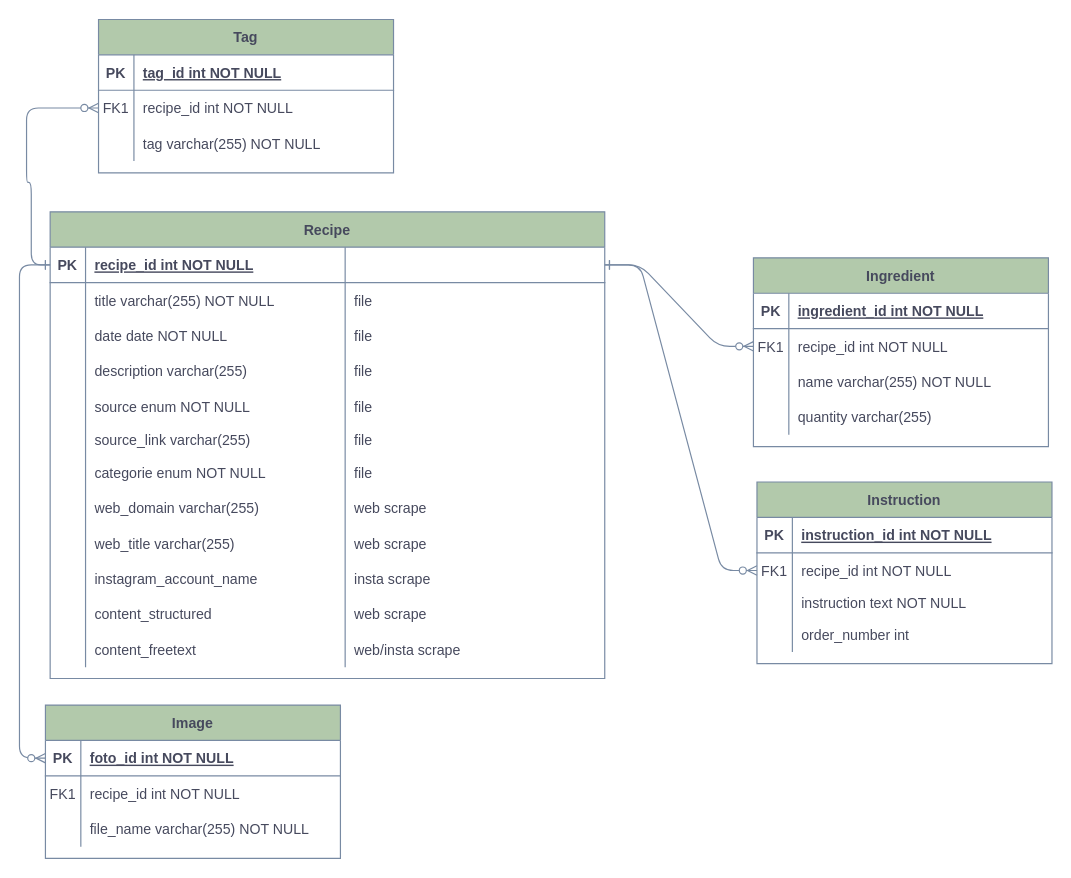
The draw.io diagram er-diagram.drawio in Janek7/recipes, before the edit. Source tidied: cells renumbered, new cells numbered last; positions are measured from the earlier drawing's top-left corner, leaving out a move shared by most shapes. Both pictures are drawn from the tidied source at 118%, with x=0, y=0 at pixel (19, 19).
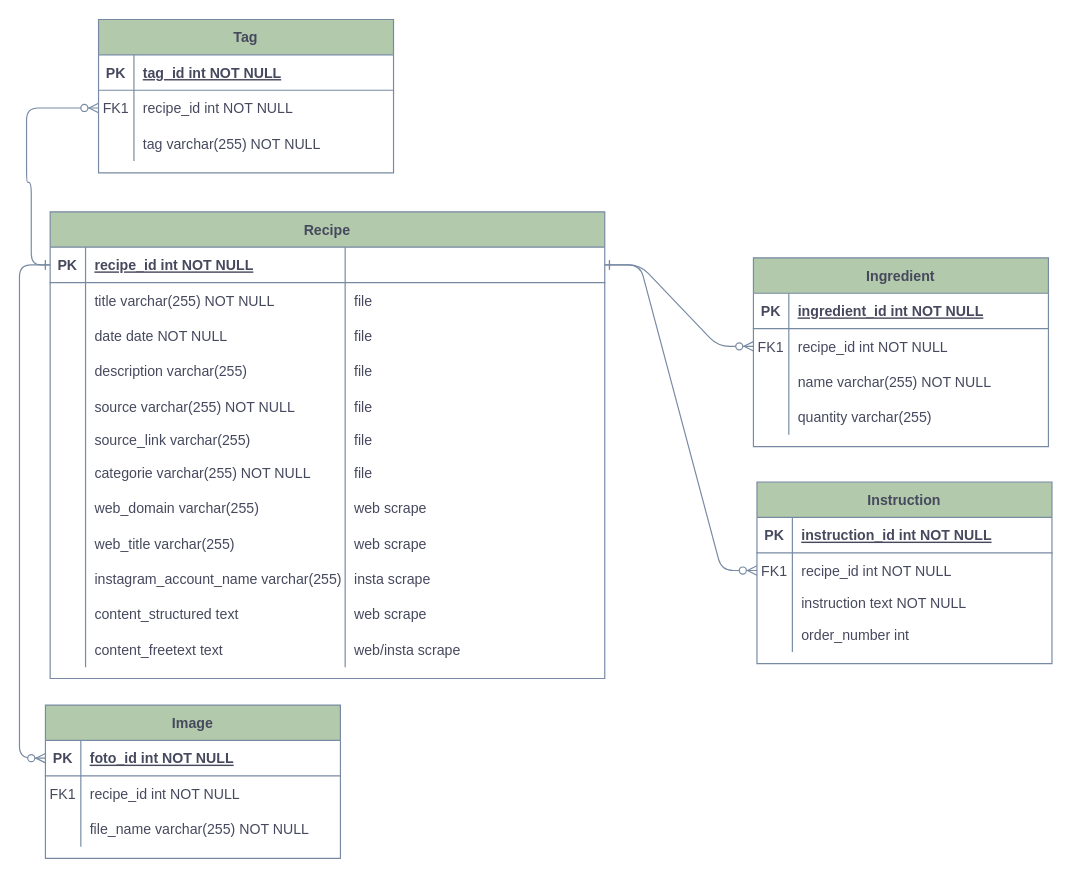
The same page after the edit.

Unchanged cells that the change refers to:
```xml
<mxCell id="33" style="shape=partialRectangle;fillColor=none;top=0;left=0;right=0;bottom=0;labelBackgroundColor=none;strokeColor=#788AA3;fontColor=#46495D;" parent="16" vertex="1">
  <mxGeometry y="150" width="470" height="30" as="geometry" />
</mxCell>
<mxCell id="41" style="shape=partialRectangle;fillColor=none;top=0;left=0;right=0;bottom=0;labelBackgroundColor=none;strokeColor=#788AA3;fontColor=#46495D;" parent="16" vertex="1">
  <mxGeometry y="206" width="470" height="30" as="geometry" />
</mxCell>
<mxCell id="53" style="shape=partialRectangle;fillColor=none;top=0;left=0;right=0;bottom=0;labelBackgroundColor=none;strokeColor=#788AA3;fontColor=#46495D;" parent="16" vertex="1">
  <mxGeometry y="296" width="470" height="30" as="geometry" />
</mxCell>
<mxCell id="57" style="shape=partialRectangle;fillColor=none;top=0;left=0;right=0;bottom=0;labelBackgroundColor=none;strokeColor=#788AA3;fontColor=#46495D;" parent="16" vertex="1">
  <mxGeometry y="326" width="470" height="30" as="geometry" />
</mxCell>
<mxCell id="61" style="shape=partialRectangle;fillColor=none;top=0;left=0;right=0;bottom=0;labelBackgroundColor=none;strokeColor=#788AA3;fontColor=#46495D;" parent="16" vertex="1">
  <mxGeometry y="356" width="470" height="30" as="geometry" />
</mxCell>
```

The edit, as a diff of the source:
```diff
@@
-    <mxCell id="35" value="source enum NOT NULL" style="shape=partialRectangle;overflow=hidden;fillColor=none;top=0;left=0;bottom=0;right=0;align=left;spacingLeft=6;labelBackgroundColor=none;strokeColor=#788AA3;fontColor=#46495D;" parent="33" vertex="1">
+    <mxCell id="35" value="source varchar(255) NOT NULL" style="shape=partialRectangle;overflow=hidden;fillColor=none;top=0;left=0;bottom=0;right=0;align=left;spacingLeft=6;labelBackgroundColor=none;strokeColor=#788AA3;fontColor=#46495D;" parent="33" vertex="1">
       <mxGeometry x="30" width="220" height="30" as="geometry" />
     </mxCell>
@@
-    <mxCell id="43" value="categorie enum NOT NULL" style="shape=partialRectangle;overflow=hidden;fillColor=none;top=0;left=0;bottom=0;right=0;align=left;spacingLeft=6;labelBackgroundColor=none;strokeColor=#788AA3;fontColor=#46495D;" parent="41" vertex="1">
+    <mxCell id="43" value="categorie varchar(255) NOT NULL" style="shape=partialRectangle;overflow=hidden;fillColor=none;top=0;left=0;bottom=0;right=0;align=left;spacingLeft=6;labelBackgroundColor=none;strokeColor=#788AA3;fontColor=#46495D;" parent="41" vertex="1">
       <mxGeometry x="30" width="220" height="30" as="geometry" />
     </mxCell>
@@
-    <mxCell id="55" value="instagram_account_name" style="shape=partialRectangle;overflow=hidden;fillColor=none;top=0;left=0;bottom=0;right=0;align=left;spacingLeft=6;labelBackgroundColor=none;strokeColor=#788AA3;fontColor=#46495D;" parent="53" vertex="1">
+    <mxCell id="55" value="instagram_account_name varchar(255)" style="shape=partialRectangle;overflow=hidden;fillColor=none;top=0;left=0;bottom=0;right=0;align=left;spacingLeft=6;labelBackgroundColor=none;strokeColor=#788AA3;fontColor=#46495D;" parent="53" vertex="1">
       <mxGeometry x="30" width="220" height="30" as="geometry" />
     </mxCell>
@@
-    <mxCell id="59" value="content_structured" style="shape=partialRectangle;overflow=hidden;fillColor=none;top=0;left=0;bottom=0;right=0;align=left;spacingLeft=6;labelBackgroundColor=none;strokeColor=#788AA3;fontColor=#46495D;" parent="57" vertex="1">
+    <mxCell id="59" value="content_structured text" style="shape=partialRectangle;overflow=hidden;fillColor=none;top=0;left=0;bottom=0;right=0;align=left;spacingLeft=6;labelBackgroundColor=none;strokeColor=#788AA3;fontColor=#46495D;" parent="57" vertex="1">
       <mxGeometry x="30" width="220" height="30" as="geometry" />
     </mxCell>
@@
-    <mxCell id="63" value="content_freetext" style="shape=partialRectangle;overflow=hidden;fillColor=none;top=0;left=0;bottom=0;right=0;align=left;spacingLeft=6;labelBackgroundColor=none;strokeColor=#788AA3;fontColor=#46495D;" parent="61" vertex="1">
+    <mxCell id="63" value="content_freetext text" style="shape=partialRectangle;overflow=hidden;fillColor=none;top=0;left=0;bottom=0;right=0;align=left;spacingLeft=6;labelBackgroundColor=none;strokeColor=#788AA3;fontColor=#46495D;" parent="61" vertex="1">
       <mxGeometry x="30" width="220" height="30" as="geometry" />
     </mxCell>
```
